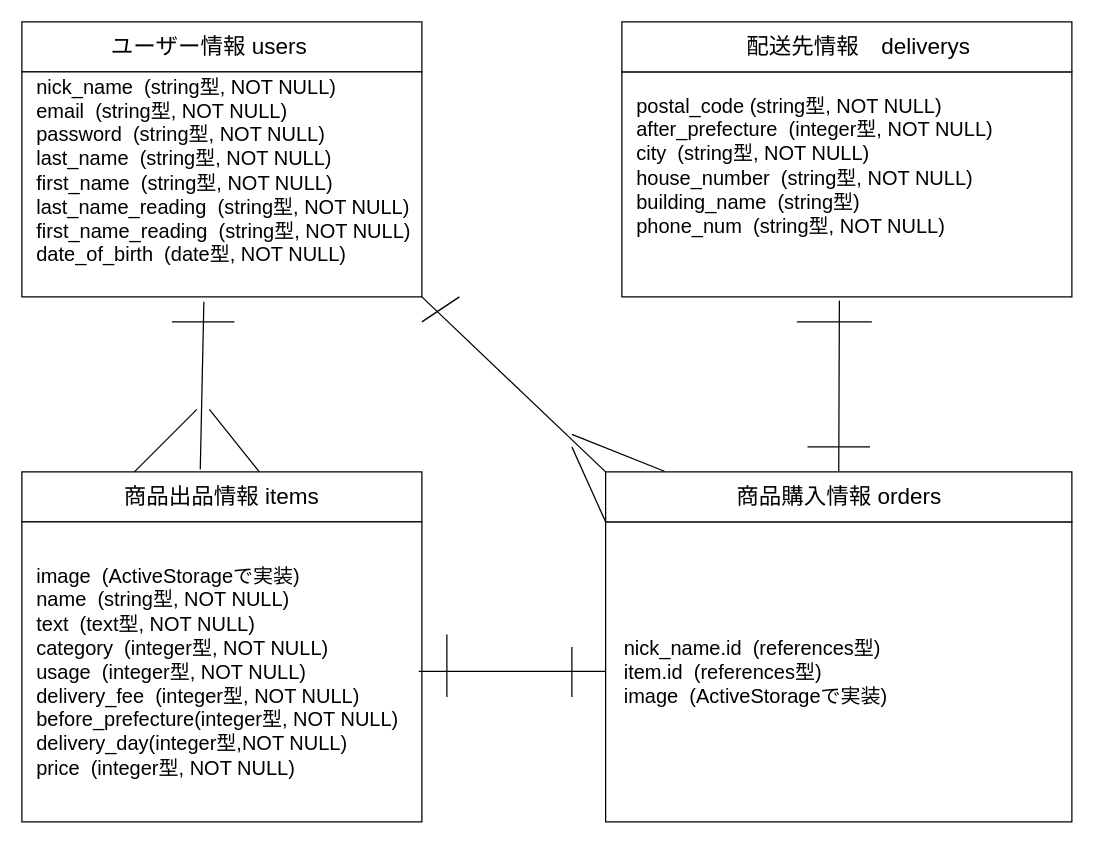
Above: furima.dio in kittan-hub/furima-31661 (draw.io), before the change. Source tidied: cells renumbered, new cells numbered last; positions are measured from the earlier drawing's top-left corner, leaving out a move shared by most shapes. Both pictures are drawn from the tidied source at 125%, with x=0, y=0 at pixel (21, 21).
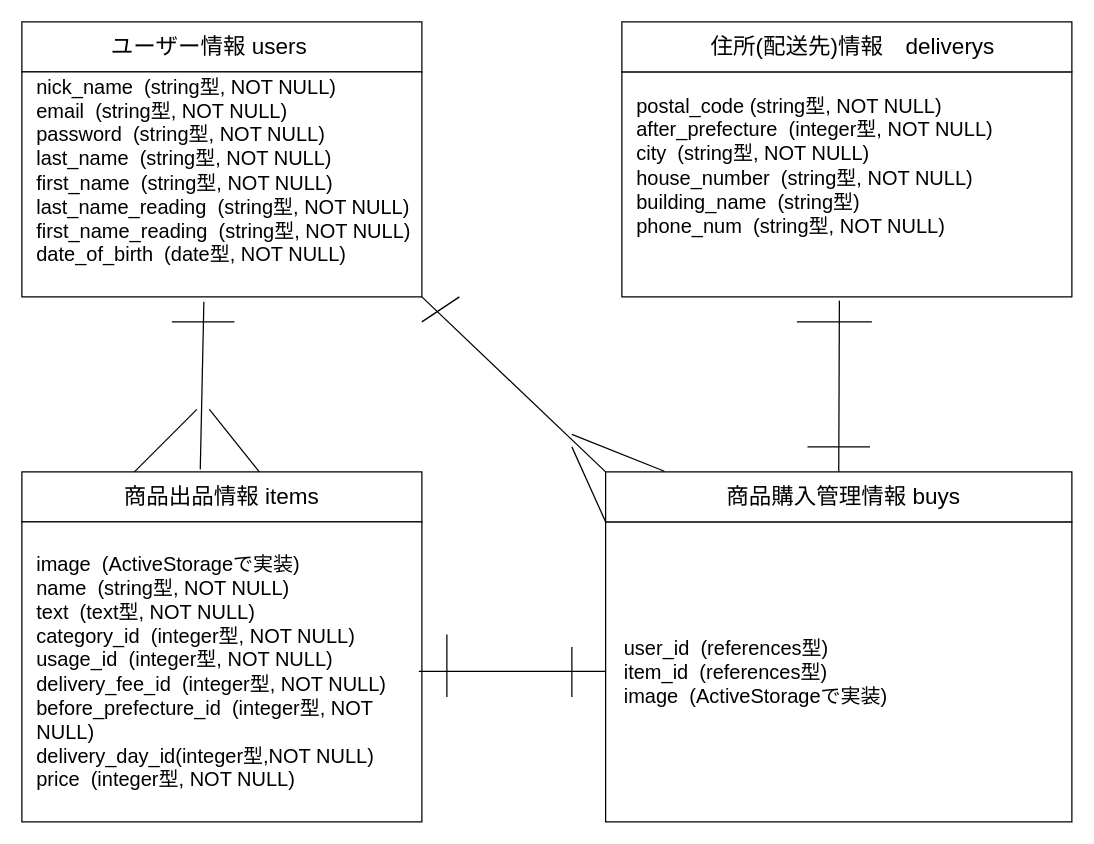
The same diagram, later.

Commit message (it also covers changes not shown here):
購入管理テーブル名とカラムの修正

Diff of the diagram source:
```diff
@@
-    <mxCell id="8" value="配送先情報　deliverys" style="text;html=1;strokeColor=none;fillColor=none;align=center;verticalAlign=middle;whiteSpace=wrap;rounded=0;fontSize=18;" parent="1" vertex="1">
-      <mxGeometry x="560" y="10" width="219" height="20" as="geometry" />
+    <mxCell id="8" value="住所(配送先)情報　deliverys" style="text;html=1;strokeColor=none;fillColor=none;align=center;verticalAlign=middle;whiteSpace=wrap;rounded=0;fontSize=18;" parent="1" vertex="1">
+      <mxGeometry x="530" y="10" width="270" height="20" as="geometry" />
     </mxCell>
@@
-    <mxCell id="15" value="商品購入情報 orders" style="text;html=1;strokeColor=none;fillColor=none;align=center;verticalAlign=middle;whiteSpace=wrap;rounded=0;fontSize=18;" parent="1" vertex="1">
-      <mxGeometry x="543.5" y="370" width="220" height="20" as="geometry" />
+    <mxCell id="15" value="商品購入管理情報 buys" style="text;html=1;strokeColor=none;fillColor=none;align=center;verticalAlign=middle;whiteSpace=wrap;rounded=0;fontSize=18;" parent="1" vertex="1">
+      <mxGeometry x="483.5" y="370" width="346.5" height="20" as="geometry" />
     </mxCell>
-    <mxCell id="16" value="image&amp;nbsp; (ActiveStorageで実装)&lt;br&gt;name&amp;nbsp; (string型, NOT NULL)&lt;br&gt;text&amp;nbsp; (text型, NOT NULL)&lt;br&gt;category&amp;nbsp; (integer型, NOT NULL)&lt;br&gt;usage&amp;nbsp; (integer型, NOT NULL)&lt;br&gt;delivery_fee&amp;nbsp; (integer型, NOT NULL)&lt;br&gt;before_prefecture(integer型, NOT NULL)&lt;br&gt;delivery_day(integer型,NOT NULL)&lt;br&gt;price&amp;nbsp; (integer型, NOT NULL)" style="text;html=1;strokeColor=none;fillColor=none;align=left;verticalAlign=middle;whiteSpace=wrap;rounded=0;fontSize=16;" parent="1" vertex="1">
+    <mxCell id="16" value="image&amp;nbsp; (ActiveStorageで実装)&lt;br&gt;name&amp;nbsp; (string型, NOT NULL)&lt;br&gt;text&amp;nbsp; (text型, NOT NULL)&lt;br&gt;category_id&amp;nbsp; (integer型, NOT NULL)&lt;br&gt;usage_id&amp;nbsp; (integer型, NOT NULL)&lt;br&gt;delivery_fee_id&amp;nbsp; (integer型, NOT NULL)&lt;br&gt;before_prefecture_id&amp;nbsp; (integer型, NOT NULL)&lt;br&gt;delivery_day_id(integer型,NOT NULL)&lt;br&gt;price&amp;nbsp; (integer型, NOT NULL)" style="text;html=1;strokeColor=none;fillColor=none;align=left;verticalAlign=middle;whiteSpace=wrap;rounded=0;fontSize=16;" parent="1" vertex="1">
       <mxGeometry x="10" y="400" width="300" height="240" as="geometry" />
     </mxCell>
-    <mxCell id="17" value="nick_name.id&amp;nbsp; (references型)&lt;br&gt;item.id&amp;nbsp; (references型)&lt;br&gt;image&amp;nbsp; (ActiveStorageで実装)" style="text;html=1;strokeColor=none;fillColor=none;align=left;verticalAlign=middle;whiteSpace=wrap;rounded=0;fontSize=16;" parent="1" vertex="1">
+    <mxCell id="17" value="user_id&amp;nbsp; (references型)&lt;br&gt;item_id&amp;nbsp; (references型)&lt;br&gt;image&amp;nbsp; (ActiveStorageで実装)" style="text;html=1;strokeColor=none;fillColor=none;align=left;verticalAlign=middle;whiteSpace=wrap;rounded=0;fontSize=16;" parent="1" vertex="1">
       <mxGeometry x="480" y="400" width="350" height="240" as="geometry" />
     </mxCell>
```
